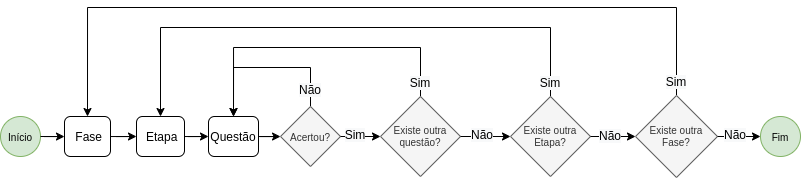
This is figuras/game_flow.png from Mateusas3s/TCC-1---Jogos-S-rios-em-IHC, a draw.io export, as it was before one commit. Source tidied: cells renumbered, new cells last; positions are measured from the earlier drawing's top-left corner, leaving out a move shared by most shapes.
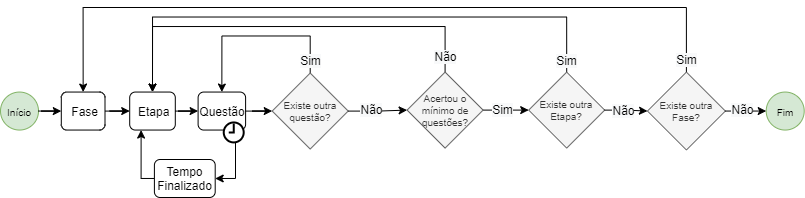
The same diagram one commit later.

The edit, as a diff of the source:
```diff
@@ -3,111 +3,132 @@
     <mxCell id="0" />
     <mxCell id="1" parent="0" />
     <mxCell id="2" value="&amp;nbsp;Etapa" style="rounded=1;whiteSpace=wrap;html=1;rotation=0;" parent="1" vertex="1">
-      <mxGeometry x="136" y="109" width="48" height="40" as="geometry" />
+      <mxGeometry x="121.2" y="104.6" width="45.6" height="38" as="geometry" />
     </mxCell>
     <mxCell id="3" style="edgeStyle=orthogonalEdgeStyle;rounded=0;jettySize=auto;html=1;entryX=0;entryY=0.5;entryDx=0;entryDy=0;" parent="1" edge="1" source="4" target="2">
-      <mxGeometry x="333" y="-80" as="geometry" />
+      <mxGeometry x="309.1" y="-62" as="geometry" />
     </mxCell>
     <mxCell id="4" value="&amp;nbsp;Fase" style="rounded=1;whiteSpace=wrap;html=1;rotation=0;" parent="1" vertex="1">
-      <mxGeometry x="64" y="109" width="46" height="40" as="geometry" />
+      <mxGeometry x="52.8" y="104.6" width="43.7" height="38" as="geometry" />
     </mxCell>
     <mxCell id="5" value="Questão" style="rounded=1;whiteSpace=wrap;html=1;rotation=0;" parent="1" vertex="1">
-      <mxGeometry x="208" y="109" width="50" height="40" as="geometry" />
+      <mxGeometry x="189.6" y="104.6" width="47.5" height="38" as="geometry" />
     </mxCell>
     <mxCell id="6" style="edgeStyle=orthogonalEdgeStyle;rounded=0;jettySize=auto;html=1;entryX=0;entryY=0.5;entryDx=0;entryDy=0;" parent="1" edge="1" source="2" target="5">
-      <mxGeometry x="333" y="-80" as="geometry" />
+      <mxGeometry x="309.1" y="-62" as="geometry" />
     </mxCell>
-    <mxCell id="7" style="edgeStyle=orthogonalEdgeStyle;rounded=0;jettySize=auto;html=1;entryX=0.5;entryY=0;entryDx=0;entryDy=0;" parent="1" edge="1" source="8" target="5">
-      <mxGeometry x="333" y="-80" as="geometry">
-        <Array as="points">
-          <mxPoint x="310" y="60" />
-          <mxPoint x="233" y="60" />
-        </Array>
-      </mxGeometry>
-    </mxCell>
-    <mxCell id="8" value="&lt;font style=&quot;font-size: 10px&quot;&gt;Acertou?&lt;/font&gt;" style="rhombus;whiteSpace=wrap;html=1;strokeColor=#666666;fontColor=#333333;fillColor=#f5f5f5;rotation=0;" parent="1" vertex="1">
-      <mxGeometry x="280" y="99" width="60" height="60" as="geometry" />
-    </mxCell>
-    <mxCell id="9" style="edgeStyle=orthogonalEdgeStyle;rounded=0;jettySize=auto;html=1;" parent="1" edge="1" source="5" target="8">
-      <mxGeometry x="333" y="-80" as="geometry" />
+    <mxCell id="9" style="edgeStyle=orthogonalEdgeStyle;rounded=0;jettySize=auto;html=1;entryX=0;entryY=0.5;entryDx=0;entryDy=0;" parent="1" edge="1" source="5" target="13">
+      <mxGeometry x="309.1" y="-62" as="geometry" />
     </mxCell>
-    <mxCell id="10" value="&lt;span style=&quot;color: rgb(0, 0, 0); font-family: helvetica; font-size: 12px; font-style: normal; font-weight: 400; letter-spacing: normal; text-indent: 0px; text-transform: none; word-spacing: 0px; background-color: rgb(248, 249, 250); display: inline; float: none;&quot;&gt;Não&lt;br&gt;&lt;/span&gt;" style="text;whiteSpace=wrap;html=1;rotation=0;align=center;" parent="1" vertex="1">
-      <mxGeometry x="295" y="69" width="30" height="30" as="geometry" />
-    </mxCell>
     <mxCell id="11" style="edgeStyle=orthogonalEdgeStyle;rounded=0;jettySize=auto;html=1;entryX=0.5;entryY=0;entryDx=0;entryDy=0;exitX=0.5;exitY=0;exitDx=0;exitDy=0;" parent="1" edge="1" source="13" target="5">
-      <mxGeometry x="333" y="-80" as="geometry">
+      <mxGeometry x="309.1" y="-62" as="geometry">
         <Array as="points">
-          <mxPoint x="420" y="40" />
-          <mxPoint x="233" y="40" />
+          <mxPoint x="301.7" y="48.5" />
+          <mxPoint x="213.4" y="48.5" />
         </Array>
       </mxGeometry>
     </mxCell>
     <mxCell id="12" style="edgeStyle=orthogonalEdgeStyle;rounded=0;jettySize=auto;html=1;entryX=0.5;entryY=0;entryDx=0;entryDy=0;exitX=0.5;exitY=0;exitDx=0;exitDy=0;" parent="1" edge="1" source="17" target="2">
-      <mxGeometry x="333" y="-80" as="geometry">
+      <mxGeometry x="309.1" y="-62" as="geometry">
         <Array as="points">
-          <mxPoint x="550" y="20" />
-          <mxPoint x="160" y="20" />
+          <mxPoint x="558.2" y="29.5" />
+          <mxPoint x="144" y="29.5" />
         </Array>
       </mxGeometry>
     </mxCell>
     <mxCell id="13" value="Existe outra questão?" style="rhombus;whiteSpace=wrap;html=1;fontSize=10;fillColor=#f5f5f5;strokeColor=#666666;fontColor=#333333;rotation=0;" parent="1" vertex="1">
-      <mxGeometry x="380" y="89" width="80" height="80" as="geometry" />
+      <mxGeometry x="263.7" y="85.6" width="76" height="76" as="geometry" />
     </mxCell>
-    <mxCell id="14" style="edgeStyle=orthogonalEdgeStyle;rounded=0;jettySize=auto;html=1;entryX=0;entryY=0.5;entryDx=0;entryDy=0;" parent="1" edge="1" source="8" target="13">
-      <mxGeometry x="333" y="-80" as="geometry" />
-    </mxCell>
-    <mxCell id="15" value="&lt;span style=&quot;color: rgb(0, 0, 0); font-family: helvetica; font-size: 12px; font-style: normal; font-weight: 400; letter-spacing: normal; text-indent: 0px; text-transform: none; word-spacing: 0px; background-color: rgb(248, 249, 250); display: inline; float: none;&quot;&gt;Sim&lt;br&gt;&lt;/span&gt;" style="text;whiteSpace=wrap;html=1;align=center;rotation=0;" parent="1" vertex="1">
-      <mxGeometry x="340" y="114" width="30" height="30" as="geometry" />
-    </mxCell>
     <mxCell id="16" value="&lt;span style=&quot;color: rgb(0, 0, 0); font-family: helvetica; font-size: 12px; font-style: normal; font-weight: 400; letter-spacing: normal; text-indent: 0px; text-transform: none; word-spacing: 0px; background-color: rgb(248, 249, 250); display: inline; float: none;&quot;&gt;Sim&lt;br&gt;&lt;/span&gt;" style="text;whiteSpace=wrap;html=1;rotation=0;align=center;" parent="1" vertex="1">
-      <mxGeometry x="405" y="62" width="30" height="30" as="geometry" />
+      <mxGeometry x="288.4" y="59.9" width="28.5" height="28.5" as="geometry" />
     </mxCell>
     <mxCell id="17" value="Existe outra Etapa?" style="rhombus;whiteSpace=wrap;html=1;fontSize=10;fillColor=#f5f5f5;strokeColor=#666666;fontColor=#333333;rotation=0;" parent="1" vertex="1">
-      <mxGeometry x="510" y="89" width="80" height="80" as="geometry" />
+      <mxGeometry x="520.2" y="84.6" width="76" height="76" as="geometry" />
     </mxCell>
-    <mxCell id="18" style="edgeStyle=orthogonalEdgeStyle;rounded=0;jettySize=auto;html=1;entryX=0;entryY=0.5;entryDx=0;entryDy=0;" parent="1" edge="1" source="13" target="17">
-      <mxGeometry x="333" y="-80" as="geometry" />
+    <mxCell id="18" style="edgeStyle=orthogonalEdgeStyle;rounded=0;jettySize=auto;html=1;entryX=0;entryY=0.5;entryDx=0;entryDy=0;startArrow=none;" parent="1" edge="1" source="32" target="17">
+      <mxGeometry x="309.1" y="-62" as="geometry" />
     </mxCell>
     <mxCell id="19" value="&lt;span style=&quot;color: rgb(0, 0, 0); font-family: helvetica; font-size: 12px; font-style: normal; font-weight: 400; letter-spacing: normal; text-indent: 0px; text-transform: none; word-spacing: 0px; background-color: rgb(248, 249, 250); display: inline; float: none;&quot;&gt;Sim&lt;br&gt;&lt;/span&gt;" style="text;whiteSpace=wrap;html=1;rotation=0;align=center;" parent="1" vertex="1">
-      <mxGeometry x="535" y="62" width="30" height="30" as="geometry" />
+      <mxGeometry x="544" y="59.9" width="28.5" height="28.5" as="geometry" />
     </mxCell>
     <mxCell id="20" style="edgeStyle=orthogonalEdgeStyle;rounded=0;jettySize=auto;html=1;entryX=0.5;entryY=0;entryDx=0;entryDy=0;fontSize=10;exitX=0.5;exitY=0;exitDx=0;exitDy=0;" parent="1" edge="1" source="21" target="4">
-      <mxGeometry x="333" y="-80" as="geometry">
+      <mxGeometry x="309.1" y="-62" as="geometry">
         <Array as="points">
-          <mxPoint x="676" />
-          <mxPoint x="87" />
+          <mxPoint x="677.9" y="20" />
+          <mxPoint x="74.7" y="20" />
         </Array>
       </mxGeometry>
     </mxCell>
     <mxCell id="21" value="Existe outra Fase?" style="rhombus;whiteSpace=wrap;html=1;fontSize=10;fillColor=#f5f5f5;strokeColor=#666666;fontColor=#333333;rotation=0;" parent="1" vertex="1">
-      <mxGeometry x="635" y="88" width="82" height="82" as="geometry" />
+      <mxGeometry x="639" y="84.6" width="77.9" height="77.9" as="geometry" />
     </mxCell>
     <mxCell id="22" style="edgeStyle=orthogonalEdgeStyle;rounded=0;jettySize=auto;html=1;entryX=0;entryY=0.5;entryDx=0;entryDy=0;" parent="1" edge="1" source="17" target="21">
-      <mxGeometry x="333" y="-80" as="geometry" />
+      <mxGeometry x="352.8" y="-62" as="geometry" />
     </mxCell>
     <mxCell id="23" value="&lt;span style=&quot;color: rgb(0, 0, 0); font-family: helvetica; font-size: 12px; font-style: normal; font-weight: 400; letter-spacing: normal; text-indent: 0px; text-transform: none; word-spacing: 0px; background-color: rgb(248, 249, 250); display: inline; float: none;&quot;&gt;Não&lt;br&gt;&lt;/span&gt;" style="text;whiteSpace=wrap;html=1;align=center;rotation=0;" parent="1" vertex="1">
-      <mxGeometry x="595" y="115" width="30" height="30" as="geometry" />
+      <mxGeometry x="601" y="110.2" width="28.5" height="28.5" as="geometry" />
     </mxCell>
     <mxCell id="24" value="&lt;span style=&quot;color: rgb(0, 0, 0); font-family: helvetica; font-size: 12px; font-style: normal; font-weight: 400; letter-spacing: normal; text-indent: 0px; text-transform: none; word-spacing: 0px; background-color: rgb(248, 249, 250); display: inline; float: none;&quot;&gt;Sim&lt;br&gt;&lt;/span&gt;" style="text;whiteSpace=wrap;html=1;rotation=0;align=center;" parent="1" vertex="1">
-      <mxGeometry x="661" y="61" width="30" height="30" as="geometry" />
+      <mxGeometry x="663.7" y="58.9" width="28.5" height="28.5" as="geometry" />
     </mxCell>
     <mxCell id="25" value="&lt;span&gt;&lt;font style=&quot;font-size: 10px&quot;&gt;Início&lt;/font&gt;&lt;/span&gt;" style="ellipse;whiteSpace=wrap;html=1;align=center;fillColor=#d5e8d4;strokeColor=#82b366;rotation=0;" parent="1" vertex="1">
-      <mxGeometry y="109" width="40" height="40" as="geometry" />
+      <mxGeometry x="-8" y="104.6" width="38" height="38" as="geometry" />
     </mxCell>
     <mxCell id="26" style="edgeStyle=orthogonalEdgeStyle;rounded=0;jettySize=auto;html=1;exitX=1;exitY=0.5;exitDx=0;exitDy=0;" parent="1" edge="1" source="25" target="4">
-      <mxGeometry x="333" y="-80" as="geometry" />
+      <mxGeometry x="309.1" y="-62" as="geometry" />
     </mxCell>
     <mxCell id="27" value="&lt;span&gt;&lt;font style=&quot;font-size: 10px&quot;&gt;Fim&lt;/font&gt;&lt;/span&gt;" style="ellipse;whiteSpace=wrap;html=1;align=center;fillColor=#d5e8d4;strokeColor=#82b366;rotation=0;" parent="1" vertex="1">
-      <mxGeometry x="760" y="109" width="40" height="40" as="geometry" />
+      <mxGeometry x="757.7" y="104.6" width="38" height="38" as="geometry" />
     </mxCell>
     <mxCell id="28" style="edgeStyle=orthogonalEdgeStyle;rounded=0;jettySize=auto;html=1;exitX=1;exitY=0.5;exitDx=0;exitDy=0;entryX=0;entryY=0.5;entryDx=0;entryDy=0;fontSize=10;" parent="1" edge="1" source="21" target="27">
-      <mxGeometry x="333" y="-80" as="geometry" />
+      <mxGeometry x="352.8" y="-62" as="geometry" />
     </mxCell>
     <mxCell id="29" value="&lt;span style=&quot;color: rgb(0, 0, 0); font-family: helvetica; font-size: 12px; font-style: normal; font-weight: 400; letter-spacing: normal; text-indent: 0px; text-transform: none; word-spacing: 0px; background-color: rgb(248, 249, 250); display: inline; float: none;&quot;&gt;Não&lt;br&gt;&lt;/span&gt;" style="text;whiteSpace=wrap;html=1;align=center;rotation=0;" parent="1" vertex="1">
-      <mxGeometry x="720" y="114" width="30" height="30" as="geometry" />
+      <mxGeometry x="719.7" y="109.3" width="28.5" height="28.5" as="geometry" />
     </mxCell>
+    <mxCell id="31" style="edgeStyle=orthogonalEdgeStyle;rounded=0;jettySize=auto;html=1;entryX=0.5;entryY=0;entryDx=0;entryDy=0;endArrow=classic;endFill=1;" parent="1" edge="1" source="32" target="2">
+      <mxGeometry x="6" y="280" as="geometry">
+        <Array as="points">
+          <mxPoint x="436.6" y="39" />
+          <mxPoint x="144" y="39" />
+        </Array>
+      </mxGeometry>
+    </mxCell>
+    <mxCell id="32" value="Acertou o mínimo de questões?" style="rhombus;whiteSpace=wrap;html=1;fontSize=10;fillColor=#f5f5f5;strokeColor=#666666;fontColor=#333333;rotation=0;" parent="1" vertex="1">
+      <mxGeometry x="398.6" y="84.6" width="76" height="76" as="geometry" />
+    </mxCell>
+    <mxCell id="33" style="edgeStyle=orthogonalEdgeStyle;rounded=0;jettySize=auto;html=1;entryX=0;entryY=0.5;entryDx=0;entryDy=0;endArrow=classic;endFill=1;" parent="1" edge="1" source="13" target="32">
+      <mxGeometry x="309.1" y="-62" as="geometry" />
+    </mxCell>
     <mxCell id="30" value="&lt;span style=&quot;color: rgb(0 , 0 , 0) ; font-family: &amp;#34;helvetica&amp;#34; ; font-size: 12px ; font-style: normal ; font-weight: 400 ; letter-spacing: normal ; text-indent: 0px ; text-transform: none ; word-spacing: 0px ; background-color: rgb(248 , 249 , 250) ; display: inline ; float: none&quot;&gt;Não&lt;br&gt;&lt;/span&gt;" style="text;whiteSpace=wrap;html=1;align=center;rotation=0;" parent="1" vertex="1">
-      <mxGeometry x="467" y="114" width="30" height="30" as="geometry" />
+      <mxGeometry x="349.2" y="109.3" width="28.5" height="28.5" as="geometry" />
     </mxCell>
+    <mxCell id="10" value="&lt;span style=&quot;color: rgb(0 , 0 , 0) ; font-family: &amp;#34;helvetica&amp;#34; ; font-size: 12px ; font-style: normal ; font-weight: 400 ; letter-spacing: normal ; text-indent: 0px ; text-transform: none ; word-spacing: 0px ; background-color: rgb(248 , 249 , 250) ; display: inline ; float: none&quot;&gt;Não&lt;br&gt;&lt;/span&gt;" style="text;whiteSpace=wrap;html=1;align=center;rotation=0;" parent="1" vertex="1">
+      <mxGeometry x="423.3" y="56.1" width="28.5" height="28.5" as="geometry" />
+    </mxCell>
+    <mxCell id="34" style="edgeStyle=orthogonalEdgeStyle;rounded=0;jettySize=auto;html=1;entryX=0.25;entryY=1;entryDx=0;entryDy=0;endArrow=classic;endFill=1;" parent="1" edge="1" source="35" target="2">
+      <mxGeometry x="6" y="280" as="geometry">
+        <Array as="points">
+          <mxPoint x="132.6" y="191" />
+        </Array>
+      </mxGeometry>
+    </mxCell>
+    <mxCell id="35" value="Tempo Finalizado" style="rounded=1;whiteSpace=wrap;html=1;rotation=0;" parent="1" vertex="1">
+      <mxGeometry x="145.9" y="172" width="60.8" height="38" as="geometry" />
+    </mxCell>
+    <mxCell id="36" style="edgeStyle=orthogonalEdgeStyle;rounded=0;jettySize=auto;html=1;exitX=0.75;exitY=1;exitDx=0;exitDy=0;entryX=1;entryY=0.5;entryDx=0;entryDy=0;endArrow=classic;endFill=1;" parent="1" edge="1" source="5" target="35">
+      <mxGeometry x="6" y="280" as="geometry">
+        <Array as="points">
+          <mxPoint x="227" y="143" />
+          <mxPoint x="227" y="191" />
+        </Array>
+      </mxGeometry>
+    </mxCell>
+    <mxCell id="37" style="html=1;verticalLabelPosition=bottom;align=center;labelBackgroundColor=#ffffff;verticalAlign=top;strokeWidth=2;shadow=0;dashed=0;shape=mxgraph.ios7.icons.clock;gradientColor=none;" parent="1" vertex="1">
+      <mxGeometry x="215.3" y="134.9" width="20" height="19.9" as="geometry" />
+    </mxCell>
+    <mxCell id="15" value="&lt;span style=&quot;color: rgb(0, 0, 0); font-family: helvetica; font-size: 12px; font-style: normal; font-weight: 400; letter-spacing: normal; text-indent: 0px; text-transform: none; word-spacing: 0px; background-color: rgb(248, 249, 250); display: inline; float: none;&quot;&gt;Sim&lt;br&gt;&lt;/span&gt;" style="text;whiteSpace=wrap;html=1;rotation=0;align=center;" parent="1" vertex="1">
+      <mxGeometry x="480.3" y="109.3" width="28.5" height="28.5" as="geometry" />
+    </mxCell>
   </root>
 </mxGraphModel>
```
